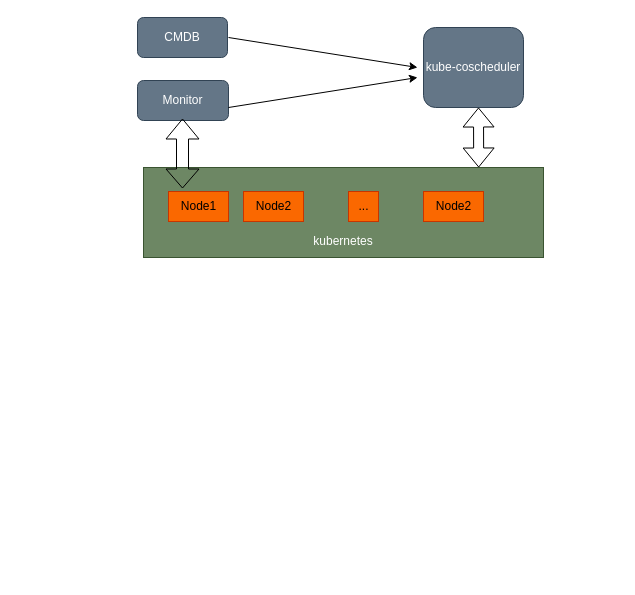
Above: kube-coscheduler.drawio in weichenjushi/images (draw.io), before the change. Source tidied: cells renumbered, new cells numbered last; positions are measured from the earlier drawing's top-left corner, leaving out a move shared by most shapes. Both pictures are drawn from the tidied source at 100%, with x=0, y=0 at pixel (137, 17).
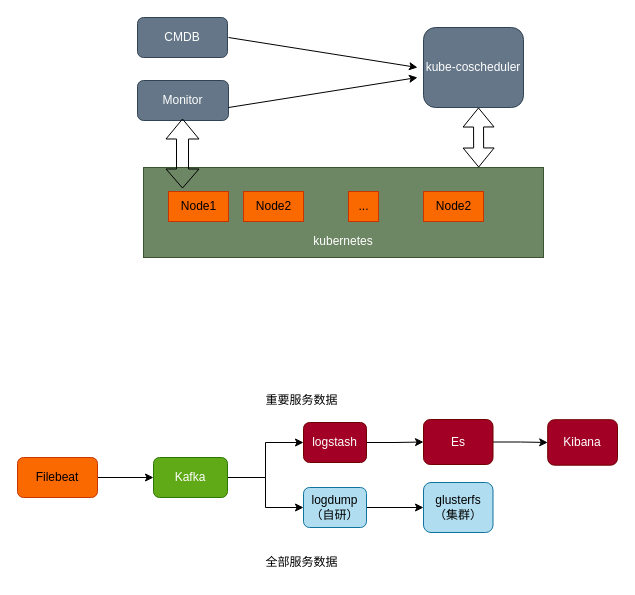
The same page after the edit.

Diff of the diagram source:
```diff
@@
+    <mxCell id="14" style="edgeStyle=orthogonalEdgeStyle;rounded=0;jettySize=auto;html=1;" parent="1" edge="1" source="15" target="18">
+      <mxGeometry relative="1" as="geometry" />
+    </mxCell>
+    <mxCell id="15" value="Filebeat" style="rounded=1;whiteSpace=wrap;html=1;fillColor=#fa6800;fontColor=#000000;strokeColor=#C73500;" parent="1" vertex="1">
+      <mxGeometry x="-120" y="440" width="80" height="40" as="geometry" />
+    </mxCell>
+    <mxCell id="16" style="edgeStyle=orthogonalEdgeStyle;rounded=0;jettySize=auto;html=1;" parent="1" edge="1" source="18" target="20">
+      <mxGeometry relative="1" as="geometry" />
+    </mxCell>
+    <mxCell id="17" style="edgeStyle=orthogonalEdgeStyle;rounded=0;jettySize=auto;html=1;exitX=1;exitY=0.5;exitDx=0;exitDy=0;entryX=0;entryY=0.5;entryDx=0;entryDy=0;exitPerimeter=0;" parent="1" edge="1" source="18" target="22">
+      <mxGeometry relative="1" as="geometry" />
+    </mxCell>
+    <mxCell id="18" value="Kafka" style="whiteSpace=wrap;html=1;rounded=1;fillColor=#60a917;fontColor=#ffffff;strokeColor=#2D7600;" parent="1" vertex="1">
+      <mxGeometry x="16" y="440" width="74" height="40" as="geometry" />
+    </mxCell>
+    <mxCell id="19" style="edgeStyle=orthogonalEdgeStyle;rounded=0;jettySize=auto;html=1;" parent="1" edge="1" source="20" target="24">
+      <mxGeometry relative="1" as="geometry" />
+    </mxCell>
+    <mxCell id="20" value="logstash" style="whiteSpace=wrap;html=1;rounded=1;fillColor=#a20025;fontColor=#ffffff;strokeColor=#6F0000;" parent="1" vertex="1">
+      <mxGeometry x="166" y="405" width="63" height="40" as="geometry" />
+    </mxCell>
+    <mxCell id="21" style="edgeStyle=orthogonalEdgeStyle;rounded=0;jettySize=auto;html=1;" parent="1" edge="1" source="22" target="26">
+      <mxGeometry relative="1" as="geometry" />
+    </mxCell>
+    <mxCell id="22" value="logdump（自研）" style="whiteSpace=wrap;html=1;rounded=1;fillColor=#b1ddf0;strokeColor=#10739e;" parent="1" vertex="1">
+      <mxGeometry x="166" y="470" width="63" height="40" as="geometry" />
+    </mxCell>
+    <mxCell id="23" style="edgeStyle=orthogonalEdgeStyle;rounded=0;jettySize=auto;html=1;" parent="1" edge="1" source="24" target="25">
+      <mxGeometry relative="1" as="geometry" />
+    </mxCell>
+    <mxCell id="24" value="Es" style="whiteSpace=wrap;html=1;rounded=1;fillColor=#a20025;fontColor=#ffffff;strokeColor=#6F0000;" parent="1" vertex="1">
+      <mxGeometry x="286" y="402" width="69.5" height="45" as="geometry" />
+    </mxCell>
+    <mxCell id="25" value="Kibana" style="whiteSpace=wrap;html=1;rounded=1;fillColor=#a20025;fontColor=#ffffff;strokeColor=#6F0000;" parent="1" vertex="1">
+      <mxGeometry x="410.2" y="402.2" width="69.8" height="45.5" as="geometry" />
+    </mxCell>
+    <mxCell id="26" value="glusterfs（集群）" style="whiteSpace=wrap;html=1;rounded=1;fillColor=#b1ddf0;strokeColor=#10739e;" parent="1" vertex="1">
+      <mxGeometry x="286" y="465" width="69.5" height="50" as="geometry" />
+    </mxCell>
+    <mxCell id="27" value="重要服务数据" style="text;html=1;align=center;verticalAlign=middle;strokeColor=none;fillColor=none;" parent="1" vertex="1">
+      <mxGeometry x="114" y="368" width="100" height="30" as="geometry" />
+    </mxCell>
+    <mxCell id="28" value="全部服务数据" style="text;html=1;align=center;verticalAlign=middle;strokeColor=none;fillColor=none;" parent="1" vertex="1">
+      <mxGeometry x="114" y="530" width="100" height="30" as="geometry" />
+    </mxCell>
```
